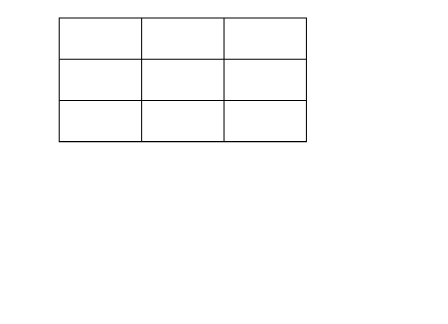
The draw.io diagram page "Page-1" (1 of 2) of UIMap.drawio in rochen/TodoMvc, before the edit. Source tidied: cells renumbered, new cells numbered last; positions are measured from the earlier drawing's top-left corner, leaving out a move shared by most shapes. Both pictures are drawn from the tidied source at 103%, with x=0, y=0 at pixel (59, 18).
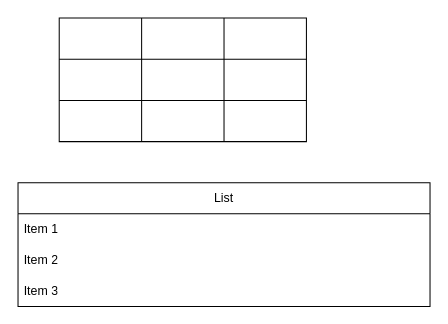
The same page after the edit.

Change to the diagram source:
```diff
@@
 <mxGraphModel>
   <root>
     <mxCell id="0" />
     <mxCell id="1" parent="0" />
     <mxCell id="2" style="shape=table;startSize=0;childLayout=tableLayout;fixedHeader=1;" parent="1" vertex="1">
       <mxGeometry width="240" height="120" as="geometry" />
     </mxCell>
     <mxCell id="3" style="shape=tableRow;horizontal=0;startSize=0;swimlaneHead=0;swimlaneBody=0;strokeColor=inherit;top=0;left=0;bottom=0;right=0;fillColor=none;fixedHeader=1;" parent="2" vertex="1">
       <mxGeometry width="240" height="40" as="geometry" />
     </mxCell>
     <mxCell id="4" style="shape=partialRectangle;html=1;whiteSpace=wrap;strokeColor=inherit;overflow=hidden;fillColor=none;top=0;left=0;bottom=0;right=0;" parent="3" vertex="1">
       <mxGeometry width="80" height="40" as="geometry" />
     </mxCell>
     <mxCell id="5" style="shape=partialRectangle;html=1;whiteSpace=wrap;strokeColor=inherit;overflow=hidden;fillColor=none;top=0;left=0;bottom=0;right=0;" parent="3" vertex="1">
       <mxGeometry x="80" width="80" height="40" as="geometry" />
     </mxCell>
     <mxCell id="6" style="shape=partialRectangle;html=1;whiteSpace=wrap;strokeColor=inherit;overflow=hidden;fillColor=none;top=0;left=0;bottom=0;right=0;" parent="3" vertex="1">
       <mxGeometry x="160" width="80" height="40" as="geometry" />
     </mxCell>
     <mxCell id="7" style="shape=tableRow;horizontal=0;startSize=0;swimlaneHead=0;swimlaneBody=0;strokeColor=inherit;top=0;left=0;bottom=0;right=0;fillColor=none;fixedHeader=1;" parent="2" vertex="1">
       <mxGeometry y="40" width="240" height="40" as="geometry" />
     </mxCell>
     <mxCell id="8" style="shape=partialRectangle;html=1;whiteSpace=wrap;strokeColor=inherit;overflow=hidden;fillColor=none;top=0;left=0;bottom=0;right=0;" parent="7" vertex="1">
       <mxGeometry width="80" height="40" as="geometry" />
     </mxCell>
     <mxCell id="9" style="shape=partialRectangle;html=1;whiteSpace=wrap;strokeColor=inherit;overflow=hidden;fillColor=none;top=0;left=0;bottom=0;right=0;" parent="7" vertex="1">
       <mxGeometry x="80" width="80" height="40" as="geometry" />
     </mxCell>
     <mxCell id="10" style="shape=partialRectangle;html=1;whiteSpace=wrap;strokeColor=inherit;overflow=hidden;fillColor=none;top=0;left=0;bottom=0;right=0;" parent="7" vertex="1">
       <mxGeometry x="160" width="80" height="40" as="geometry" />
     </mxCell>
     <mxCell id="11" style="shape=tableRow;horizontal=0;startSize=0;swimlaneHead=0;swimlaneBody=0;strokeColor=inherit;top=0;left=0;bottom=0;right=0;fillColor=none;fixedHeader=1;" parent="2" vertex="1">
       <mxGeometry y="80" width="240" height="40" as="geometry" />
     </mxCell>
     <mxCell id="12" style="shape=partialRectangle;html=1;whiteSpace=wrap;strokeColor=inherit;overflow=hidden;fillColor=none;top=0;left=0;bottom=0;right=0;" parent="11" vertex="1">
       <mxGeometry width="80" height="40" as="geometry" />
     </mxCell>
     <mxCell id="13" style="shape=partialRectangle;html=1;whiteSpace=wrap;strokeColor=inherit;overflow=hidden;fillColor=none;top=0;left=0;bottom=0;right=0;" parent="11" vertex="1">
       <mxGeometry x="80" width="80" height="40" as="geometry" />
     </mxCell>
     <mxCell id="14" style="shape=partialRectangle;html=1;whiteSpace=wrap;strokeColor=inherit;overflow=hidden;fillColor=none;top=0;left=0;bottom=0;right=0;" parent="11" vertex="1">
       <mxGeometry x="160" width="80" height="40" as="geometry" />
     </mxCell>
+    <mxCell id="15" value="List" style="swimlane;fontStyle=0;horizontal=1;startSize=30;whiteSpace=wrap;html=1;" parent="1" vertex="1">
+      <mxGeometry x="-40" y="160" width="400" height="120" as="geometry" />
+    </mxCell>
+    <mxCell id="16" value="Item 1" style="text;strokeColor=none;fillColor=none;align=left;verticalAlign=middle;spacingLeft=4;spacingRight=4;overflow=hidden;whiteSpace=wrap;html=1;" parent="15" vertex="1">
+      <mxGeometry y="30" width="400" height="30" as="geometry" />
+    </mxCell>
+    <mxCell id="17" value="Item 2" style="text;strokeColor=none;fillColor=none;align=left;verticalAlign=middle;spacingLeft=4;spacingRight=4;overflow=hidden;whiteSpace=wrap;html=1;" parent="15" vertex="1">
+      <mxGeometry y="60" width="400" height="30" as="geometry" />
+    </mxCell>
+    <mxCell id="18" value="Item 3" style="text;strokeColor=none;fillColor=none;align=left;verticalAlign=middle;spacingLeft=4;spacingRight=4;overflow=hidden;whiteSpace=wrap;html=1;" parent="15" vertex="1">
+      <mxGeometry y="90" width="400" height="30" as="geometry" />
+    </mxCell>
   </root>
 </mxGraphModel>
```
